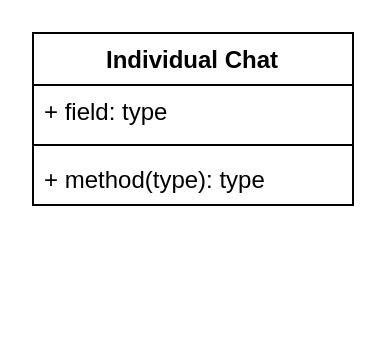
imTruongLong/QuaMon keeps this draw.io diagram as Documents/Class Diagram/Class/Individual.drawio. Above is the earlier version. Source tidied: cells renumbered, new cells numbered last; positions are measured from the earlier drawing's top-left corner, leaving out a move shared by most shapes. Both pictures are drawn from the tidied source at 200%, with x=0, y=0 at pixel (32, 32).
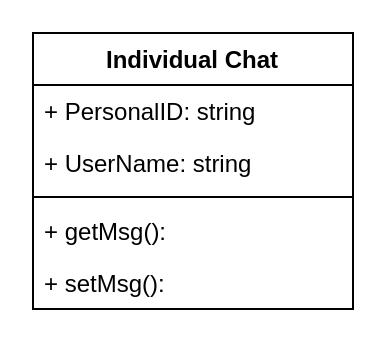
The same page after the edit.

What changed in the source:
```diff
@@
 <mxGraphModel>
   <root>
     <mxCell id="0" />
     <mxCell id="1" parent="0" />
     <mxCell id="2" value="Individual Chat" style="swimlane;fontStyle=1;align=center;verticalAlign=top;horizontal=1;startSize=26;" parent="1" vertex="1">
-      <mxGeometry width="160" height="86" as="geometry" />
+      <mxGeometry width="160" height="138" as="geometry" />
     </mxCell>
-    <mxCell id="3" value="+ field: type" style="text;strokeColor=none;fillColor=none;align=left;verticalAlign=top;spacingLeft=4;spacingRight=4;overflow=hidden;" parent="2" vertex="1">
+    <mxCell id="3" value="+ PersonalID: string" style="text;strokeColor=none;fillColor=none;align=left;verticalAlign=top;spacingLeft=4;spacingRight=4;overflow=hidden;" parent="2" vertex="1">
       <mxGeometry y="26" width="160" height="26" as="geometry" />
     </mxCell>
+    <mxCell id="6" value="+ UserName: string" style="text;strokeColor=none;fillColor=none;align=left;verticalAlign=top;spacingLeft=4;spacingRight=4;overflow=hidden;" parent="2" vertex="1">
+      <mxGeometry y="52" width="160" height="26" as="geometry" />
+    </mxCell>
     <mxCell id="4" style="line;strokeWidth=1;fillColor=none;align=left;verticalAlign=middle;spacingTop=-1;spacingLeft=3;spacingRight=3;labelPosition=right;" parent="2" vertex="1">
-      <mxGeometry y="52" width="160" height="8" as="geometry" />
+      <mxGeometry y="78" width="160" height="8" as="geometry" />
     </mxCell>
-    <mxCell id="5" value="+ method(type): type" style="text;strokeColor=none;fillColor=none;align=left;verticalAlign=top;spacingLeft=4;spacingRight=4;overflow=hidden;" parent="2" vertex="1">
-      <mxGeometry y="60" width="160" height="26" as="geometry" />
+    <mxCell id="5" value="+ getMsg():" style="text;strokeColor=none;fillColor=none;align=left;verticalAlign=top;spacingLeft=4;spacingRight=4;overflow=hidden;" parent="2" vertex="1">
+      <mxGeometry y="86" width="160" height="26" as="geometry" />
     </mxCell>
+    <mxCell id="7" value="+ setMsg():" style="text;strokeColor=none;fillColor=none;align=left;verticalAlign=top;spacingLeft=4;spacingRight=4;overflow=hidden;" parent="2" vertex="1">
+      <mxGeometry y="112" width="160" height="26" as="geometry" />
+    </mxCell>
   </root>
 </mxGraphModel>
```
